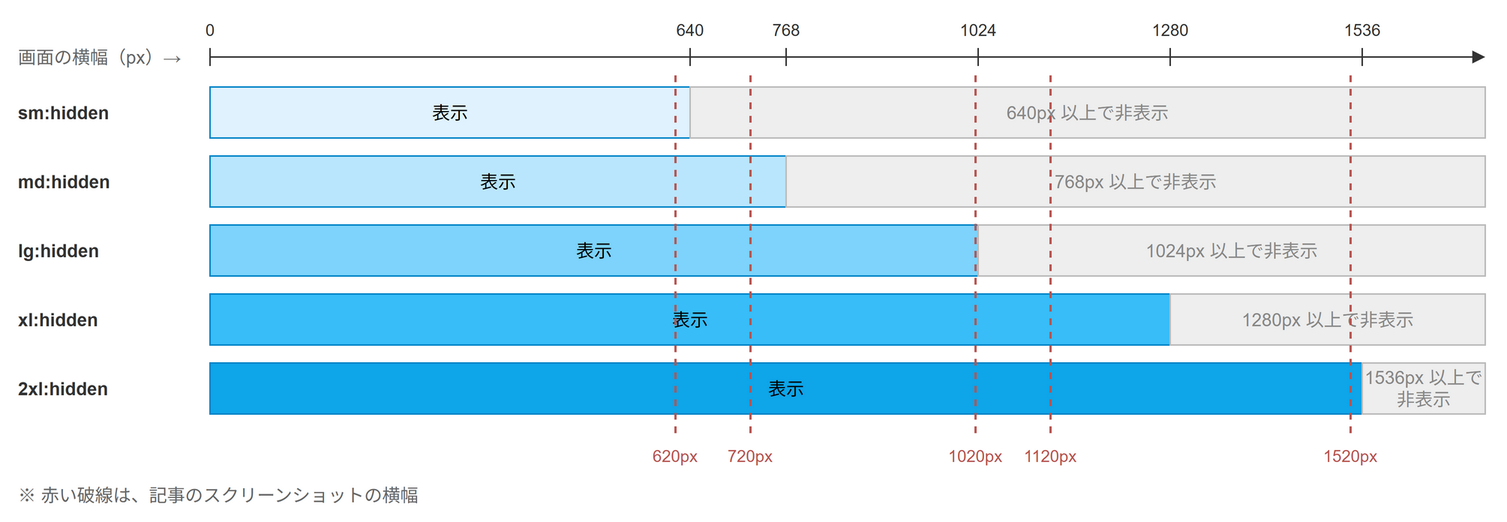
Earlier version of the draw.io export images/articles/tailwind-css-cheat-sheet/responsive-breakpoints.drawio.png (aew2sbee/zenn). Source tidied: cells renumbered, new cells last; positions are measured from the earlier drawing's top-left corner, leaving out a move shared by most shapes.
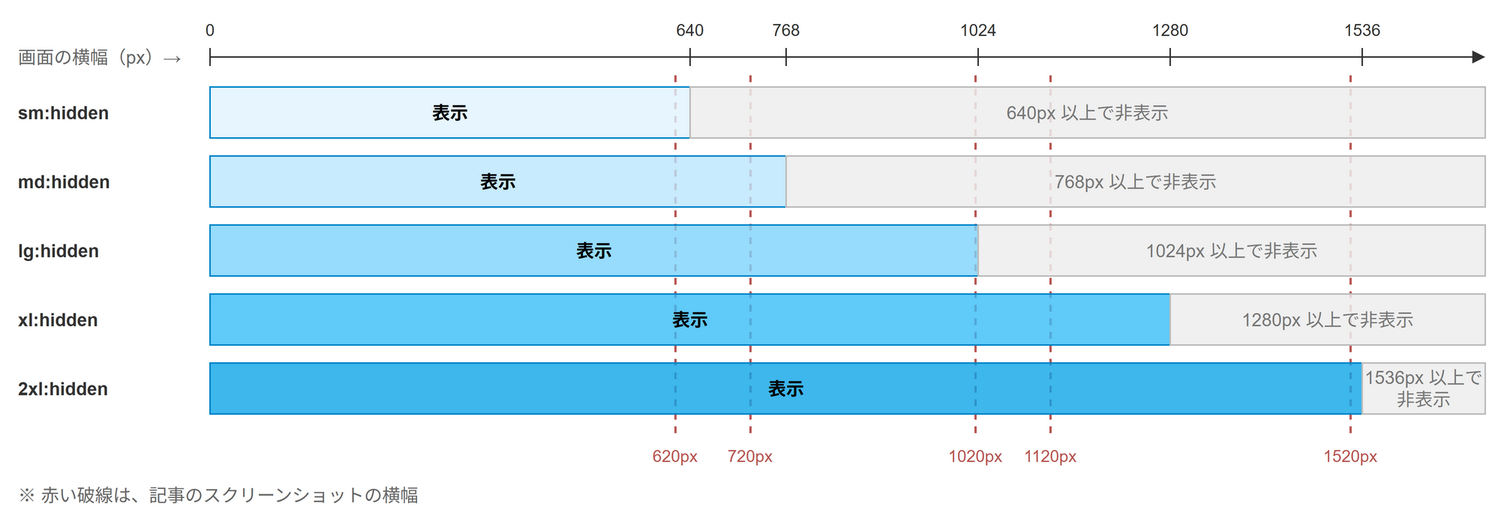
The same diagram one commit later.

Commit message:
docs: Tailwind CSSチートシートの図をレビュー指摘に合わせて修正

Diff of the diagram source:
```diff
@@ -65,95 +65,95 @@
     <mxCell id="15" value="1536" style="text;html=1;whiteSpace=wrap;align=center;verticalAlign=middle;fontSize=11;fontColor=#333333;" parent="1" vertex="1">
       <mxGeometry x="868" width="60" height="20" as="geometry" />
     </mxCell>
-    <mxCell id="16" value="sm:hidden" style="text;html=1;whiteSpace=wrap;align=left;verticalAlign=middle;fontSize=12;fontColor=#333333;fontStyle=1;" parent="1" vertex="1">
-      <mxGeometry y="48" width="120" height="34" as="geometry" />
+    <mxCell id="16" style="html=1;endArrow=none;strokeColor=#b85450;strokeWidth=1.5;fontSize=12;labelBackgroundColor=none;verticalAlign=bottom;dashed=1;" parent="1" edge="1">
+      <mxGeometry relative="1" as="geometry">
+        <mxPoint x="440" y="40" as="sourcePoint" />
+        <mxPoint x="440" y="282" as="targetPoint" />
+      </mxGeometry>
     </mxCell>
-    <mxCell id="17" value="表示" style="rounded=0;whiteSpace=wrap;html=1;fontSize=12;fillColor=#e0f2fe;strokeColor=#0284c7;" parent="1" vertex="1">
-      <mxGeometry x="130" y="48" width="320" height="34" as="geometry" />
+    <mxCell id="17" value="620px" style="text;html=1;whiteSpace=wrap;align=center;verticalAlign=middle;fontSize=11;fontColor=#b85450;" parent="1" vertex="1">
+      <mxGeometry x="406" y="284" width="68" height="20" as="geometry" />
     </mxCell>
-    <mxCell id="18" value="640px 以上で非表示" style="rounded=0;whiteSpace=wrap;html=1;fontSize=12;fillColor=#eeeeee;strokeColor=#bbbbbb;fontColor=#888888;" parent="1" vertex="1">
-      <mxGeometry x="450" y="48" width="530" height="34" as="geometry" />
+    <mxCell id="18" style="html=1;endArrow=none;strokeColor=#b85450;strokeWidth=1.5;fontSize=12;labelBackgroundColor=none;verticalAlign=bottom;dashed=1;" parent="1" edge="1">
+      <mxGeometry relative="1" as="geometry">
+        <mxPoint x="490" y="40" as="sourcePoint" />
+        <mxPoint x="490" y="282" as="targetPoint" />
+      </mxGeometry>
     </mxCell>
-    <mxCell id="19" value="md:hidden" style="text;html=1;whiteSpace=wrap;align=left;verticalAlign=middle;fontSize=12;fontColor=#333333;fontStyle=1;" parent="1" vertex="1">
-      <mxGeometry y="94" width="120" height="34" as="geometry" />
+    <mxCell id="19" value="720px" style="text;html=1;whiteSpace=wrap;align=center;verticalAlign=middle;fontSize=11;fontColor=#b85450;" parent="1" vertex="1">
+      <mxGeometry x="456" y="284" width="68" height="20" as="geometry" />
     </mxCell>
-    <mxCell id="20" value="表示" style="rounded=0;whiteSpace=wrap;html=1;fontSize=12;fillColor=#bae6fd;strokeColor=#0284c7;" parent="1" vertex="1">
-      <mxGeometry x="130" y="94" width="384" height="34" as="geometry" />
+    <mxCell id="20" style="html=1;endArrow=none;strokeColor=#b85450;strokeWidth=1.5;fontSize=12;labelBackgroundColor=none;verticalAlign=bottom;dashed=1;" parent="1" edge="1">
+      <mxGeometry relative="1" as="geometry">
+        <mxPoint x="640" y="40" as="sourcePoint" />
+        <mxPoint x="640" y="282" as="targetPoint" />
+      </mxGeometry>
     </mxCell>
-    <mxCell id="21" value="768px 以上で非表示" style="rounded=0;whiteSpace=wrap;html=1;fontSize=12;fillColor=#eeeeee;strokeColor=#bbbbbb;fontColor=#888888;" parent="1" vertex="1">
-      <mxGeometry x="514" y="94" width="466" height="34" as="geometry" />
+    <mxCell id="21" value="1020px" style="text;html=1;whiteSpace=wrap;align=center;verticalAlign=middle;fontSize=11;fontColor=#b85450;" parent="1" vertex="1">
+      <mxGeometry x="606" y="284" width="68" height="20" as="geometry" />
     </mxCell>
-    <mxCell id="22" value="lg:hidden" style="text;html=1;whiteSpace=wrap;align=left;verticalAlign=middle;fontSize=12;fontColor=#333333;fontStyle=1;" parent="1" vertex="1">
-      <mxGeometry y="140" width="120" height="34" as="geometry" />
+    <mxCell id="22" style="html=1;endArrow=none;strokeColor=#b85450;strokeWidth=1.5;fontSize=12;labelBackgroundColor=none;verticalAlign=bottom;dashed=1;" parent="1" edge="1">
+      <mxGeometry relative="1" as="geometry">
+        <mxPoint x="690" y="40" as="sourcePoint" />
+        <mxPoint x="690" y="282" as="targetPoint" />
+      </mxGeometry>
     </mxCell>
-    <mxCell id="23" value="表示" style="rounded=0;whiteSpace=wrap;html=1;fontSize=12;fillColor=#7dd3fc;strokeColor=#0284c7;" parent="1" vertex="1">
-      <mxGeometry x="130" y="140" width="512" height="34" as="geometry" />
+    <mxCell id="23" value="1120px" style="text;html=1;whiteSpace=wrap;align=center;verticalAlign=middle;fontSize=11;fontColor=#b85450;" parent="1" vertex="1">
+      <mxGeometry x="656" y="284" width="68" height="20" as="geometry" />
     </mxCell>
-    <mxCell id="24" value="1024px 以上で非表示" style="rounded=0;whiteSpace=wrap;html=1;fontSize=12;fillColor=#eeeeee;strokeColor=#bbbbbb;fontColor=#888888;" parent="1" vertex="1">
-      <mxGeometry x="642" y="140" width="338" height="34" as="geometry" />
+    <mxCell id="24" style="html=1;endArrow=none;strokeColor=#b85450;strokeWidth=1.5;fontSize=12;labelBackgroundColor=none;verticalAlign=bottom;dashed=1;" parent="1" edge="1">
+      <mxGeometry relative="1" as="geometry">
+        <mxPoint x="890" y="40" as="sourcePoint" />
+        <mxPoint x="890" y="282" as="targetPoint" />
+      </mxGeometry>
     </mxCell>
-    <mxCell id="25" value="xl:hidden" style="text;html=1;whiteSpace=wrap;align=left;verticalAlign=middle;fontSize=12;fontColor=#333333;fontStyle=1;" parent="1" vertex="1">
-      <mxGeometry y="186" width="120" height="34" as="geometry" />
+    <mxCell id="25" value="1520px" style="text;html=1;whiteSpace=wrap;align=center;verticalAlign=middle;fontSize=11;fontColor=#b85450;" parent="1" vertex="1">
+      <mxGeometry x="856" y="284" width="68" height="20" as="geometry" />
     </mxCell>
-    <mxCell id="26" value="表示" style="rounded=0;whiteSpace=wrap;html=1;fontSize=12;fillColor=#38bdf8;strokeColor=#0284c7;" parent="1" vertex="1">
-      <mxGeometry x="130" y="186" width="640" height="34" as="geometry" />
+    <mxCell id="26" value="sm:hidden" style="text;html=1;whiteSpace=wrap;align=left;verticalAlign=middle;fontSize=12;fontColor=#333333;fontStyle=1;" parent="1" vertex="1">
+      <mxGeometry y="48" width="120" height="34" as="geometry" />
     </mxCell>
-    <mxCell id="27" value="1280px 以上で非表示" style="rounded=0;whiteSpace=wrap;html=1;fontSize=12;fillColor=#eeeeee;strokeColor=#bbbbbb;fontColor=#888888;" parent="1" vertex="1">
-      <mxGeometry x="770" y="186" width="210" height="34" as="geometry" />
+    <mxCell id="27" value="表示" style="rounded=0;whiteSpace=wrap;html=1;fontSize=12;fillColor=#e0f2fe;strokeColor=#0284c7;fillOpacity=80;fontStyle=1;" parent="1" vertex="1">
+      <mxGeometry x="130" y="48" width="320" height="34" as="geometry" />
     </mxCell>
-    <mxCell id="28" value="2xl:hidden" style="text;html=1;whiteSpace=wrap;align=left;verticalAlign=middle;fontSize=12;fontColor=#333333;fontStyle=1;" parent="1" vertex="1">
-      <mxGeometry y="232" width="120" height="34" as="geometry" />
+    <mxCell id="28" value="640px 以上で非表示" style="rounded=0;whiteSpace=wrap;html=1;fontSize=12;fillColor=#eeeeee;strokeColor=#bbbbbb;fontColor=#777777;fillOpacity=85;" parent="1" vertex="1">
+      <mxGeometry x="450" y="48" width="530" height="34" as="geometry" />
     </mxCell>
-    <mxCell id="29" value="表示" style="rounded=0;whiteSpace=wrap;html=1;fontSize=12;fillColor=#0ea5e9;strokeColor=#0284c7;" parent="1" vertex="1">
-      <mxGeometry x="130" y="232" width="768" height="34" as="geometry" />
+    <mxCell id="29" value="md:hidden" style="text;html=1;whiteSpace=wrap;align=left;verticalAlign=middle;fontSize=12;fontColor=#333333;fontStyle=1;" parent="1" vertex="1">
+      <mxGeometry y="94" width="120" height="34" as="geometry" />
     </mxCell>
-    <mxCell id="30" value="1536px 以上で非表示" style="rounded=0;whiteSpace=wrap;html=1;fontSize=12;fillColor=#eeeeee;strokeColor=#bbbbbb;fontColor=#888888;" parent="1" vertex="1">
-      <mxGeometry x="898" y="232" width="82" height="34" as="geometry" />
+    <mxCell id="30" value="表示" style="rounded=0;whiteSpace=wrap;html=1;fontSize=12;fillColor=#bae6fd;strokeColor=#0284c7;fillOpacity=80;fontStyle=1;" parent="1" vertex="1">
+      <mxGeometry x="130" y="94" width="384" height="34" as="geometry" />
     </mxCell>
-    <mxCell id="31" style="html=1;endArrow=none;strokeColor=#b85450;strokeWidth=1.5;fontSize=12;labelBackgroundColor=none;verticalAlign=bottom;dashed=1;" parent="1" edge="1">
-      <mxGeometry relative="1" as="geometry">
-        <mxPoint x="440" y="40" as="sourcePoint" />
-        <mxPoint x="440" y="282" as="targetPoint" />
-      </mxGeometry>
+    <mxCell id="31" value="768px 以上で非表示" style="rounded=0;whiteSpace=wrap;html=1;fontSize=12;fillColor=#eeeeee;strokeColor=#bbbbbb;fontColor=#777777;fillOpacity=85;" parent="1" vertex="1">
+      <mxGeometry x="514" y="94" width="466" height="34" as="geometry" />
     </mxCell>
-    <mxCell id="32" value="620px" style="text;html=1;whiteSpace=wrap;align=center;verticalAlign=middle;fontSize=11;fontColor=#b85450;" parent="1" vertex="1">
-      <mxGeometry x="406" y="284" width="68" height="20" as="geometry" />
+    <mxCell id="32" value="lg:hidden" style="text;html=1;whiteSpace=wrap;align=left;verticalAlign=middle;fontSize=12;fontColor=#333333;fontStyle=1;" parent="1" vertex="1">
+      <mxGeometry y="140" width="120" height="34" as="geometry" />
     </mxCell>
-    <mxCell id="33" style="html=1;endArrow=none;strokeColor=#b85450;strokeWidth=1.5;fontSize=12;labelBackgroundColor=none;verticalAlign=bottom;dashed=1;" parent="1" edge="1">
-      <mxGeometry relative="1" as="geometry">
-        <mxPoint x="490" y="40" as="sourcePoint" />
-        <mxPoint x="490" y="282" as="targetPoint" />
-      </mxGeometry>
+    <mxCell id="33" value="表示" style="rounded=0;whiteSpace=wrap;html=1;fontSize=12;fillColor=#7dd3fc;strokeColor=#0284c7;fillOpacity=80;fontStyle=1;" parent="1" vertex="1">
+      <mxGeometry x="130" y="140" width="512" height="34" as="geometry" />
     </mxCell>
-    <mxCell id="34" value="720px" style="text;html=1;whiteSpace=wrap;align=center;verticalAlign=middle;fontSize=11;fontColor=#b85450;" parent="1" vertex="1">
-      <mxGeometry x="456" y="284" width="68" height="20" as="geometry" />
+    <mxCell id="34" value="1024px 以上で非表示" style="rounded=0;whiteSpace=wrap;html=1;fontSize=12;fillColor=#eeeeee;strokeColor=#bbbbbb;fontColor=#777777;fillOpacity=85;" parent="1" vertex="1">
+      <mxGeometry x="642" y="140" width="338" height="34" as="geometry" />
     </mxCell>
-    <mxCell id="35" style="html=1;endArrow=none;strokeColor=#b85450;strokeWidth=1.5;fontSize=12;labelBackgroundColor=none;verticalAlign=bottom;dashed=1;" parent="1" edge="1">
-      <mxGeometry relative="1" as="geometry">
-        <mxPoint x="640" y="40" as="sourcePoint" />
-        <mxPoint x="640" y="282" as="targetPoint" />
-      </mxGeometry>
+    <mxCell id="35" value="xl:hidden" style="text;html=1;whiteSpace=wrap;align=left;verticalAlign=middle;fontSize=12;fontColor=#333333;fontStyle=1;" parent="1" vertex="1">
+      <mxGeometry y="186" width="120" height="34" as="geometry" />
     </mxCell>
-    <mxCell id="36" value="1020px" style="text;html=1;whiteSpace=wrap;align=center;verticalAlign=middle;fontSize=11;fontColor=#b85450;" parent="1" vertex="1">
-      <mxGeometry x="606" y="284" width="68" height="20" as="geometry" />
+    <mxCell id="36" value="表示" style="rounded=0;whiteSpace=wrap;html=1;fontSize=12;fillColor=#38bdf8;strokeColor=#0284c7;fillOpacity=80;fontStyle=1;" parent="1" vertex="1">
+      <mxGeometry x="130" y="186" width="640" height="34" as="geometry" />
     </mxCell>
-    <mxCell id="37" style="html=1;endArrow=none;strokeColor=#b85450;strokeWidth=1.5;fontSize=12;labelBackgroundColor=none;verticalAlign=bottom;dashed=1;" parent="1" edge="1">
-      <mxGeometry relative="1" as="geometry">
-        <mxPoint x="690" y="40" as="sourcePoint" />
-        <mxPoint x="690" y="282" as="targetPoint" />
-      </mxGeometry>
+    <mxCell id="37" value="1280px 以上で非表示" style="rounded=0;whiteSpace=wrap;html=1;fontSize=12;fillColor=#eeeeee;strokeColor=#bbbbbb;fontColor=#777777;fillOpacity=85;" parent="1" vertex="1">
+      <mxGeometry x="770" y="186" width="210" height="34" as="geometry" />
     </mxCell>
-    <mxCell id="38" value="1120px" style="text;html=1;whiteSpace=wrap;align=center;verticalAlign=middle;fontSize=11;fontColor=#b85450;" parent="1" vertex="1">
-      <mxGeometry x="656" y="284" width="68" height="20" as="geometry" />
+    <mxCell id="38" value="2xl:hidden" style="text;html=1;whiteSpace=wrap;align=left;verticalAlign=middle;fontSize=12;fontColor=#333333;fontStyle=1;" parent="1" vertex="1">
+      <mxGeometry y="232" width="120" height="34" as="geometry" />
     </mxCell>
-    <mxCell id="39" style="html=1;endArrow=none;strokeColor=#b85450;strokeWidth=1.5;fontSize=12;labelBackgroundColor=none;verticalAlign=bottom;dashed=1;" parent="1" edge="1">
-      <mxGeometry relative="1" as="geometry">
-        <mxPoint x="890" y="40" as="sourcePoint" />
-        <mxPoint x="890" y="282" as="targetPoint" />
-      </mxGeometry>
+    <mxCell id="39" value="表示" style="rounded=0;whiteSpace=wrap;html=1;fontSize=12;fillColor=#0ea5e9;strokeColor=#0284c7;fillOpacity=80;fontStyle=1;" parent="1" vertex="1">
+      <mxGeometry x="130" y="232" width="768" height="34" as="geometry" />
     </mxCell>
-    <mxCell id="40" value="1520px" style="text;html=1;whiteSpace=wrap;align=center;verticalAlign=middle;fontSize=11;fontColor=#b85450;" parent="1" vertex="1">
-      <mxGeometry x="856" y="284" width="68" height="20" as="geometry" />
+    <mxCell id="40" value="1536px 以上で非表示" style="rounded=0;whiteSpace=wrap;html=1;fontSize=12;fillColor=#eeeeee;strokeColor=#bbbbbb;fontColor=#777777;fillOpacity=85;" parent="1" vertex="1">
+      <mxGeometry x="898" y="232" width="82" height="34" as="geometry" />
     </mxCell>
     <mxCell id="41" value="※ 赤い破線は、記事のスクリーンショットの横幅" style="text;html=1;whiteSpace=wrap;align=left;verticalAlign=middle;fontSize=12;fontColor=#666666;" parent="1" vertex="1">
       <mxGeometry y="308" width="800" height="24" as="geometry" />
```
